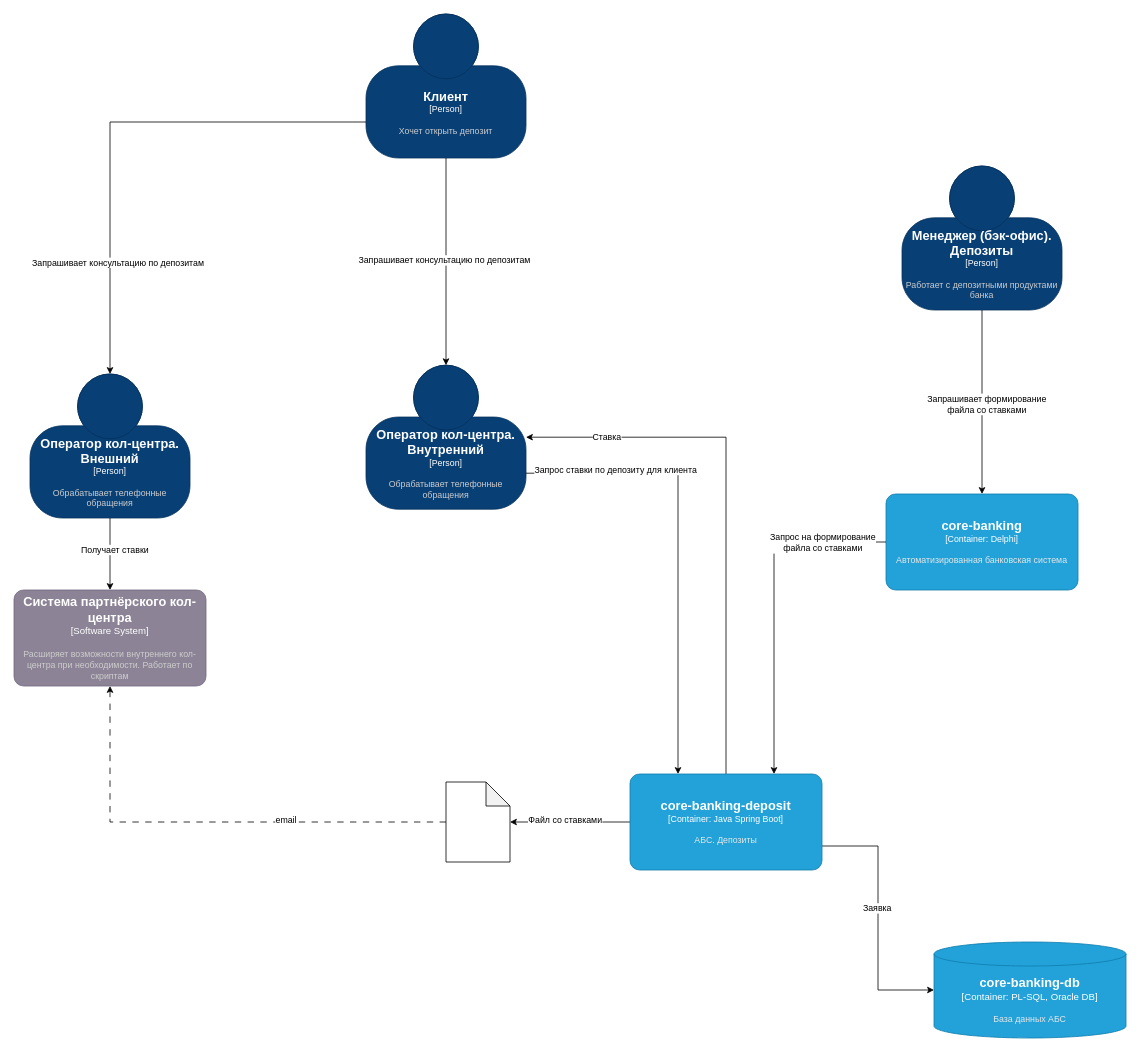
The draw.io diagram page "container" (2 of 2) of Task4/c4.drawio in OVsevo1od/architecture-standart, before the edit. Source tidied: cells renumbered, new cells numbered last; positions are measured from the earlier drawing's top-left corner, leaving out a move shared by most shapes. Both pictures are drawn from the tidied source at 80%, with x=0, y=0 at pixel (14, 14).
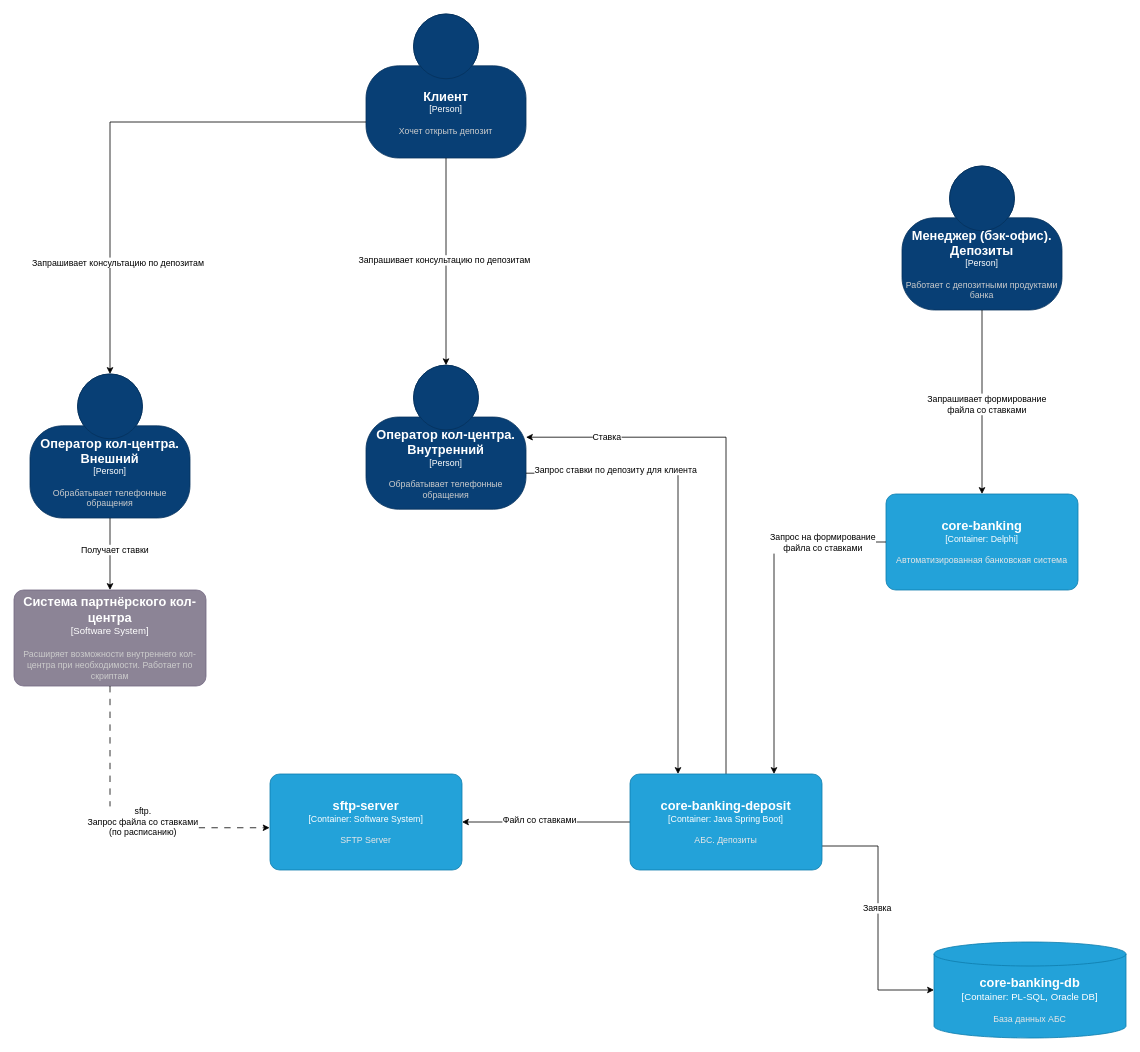
Above is the later version.

Commit message:
task4. add sftp to c4

The change refers to these unchanged cells:
```xml
<object id="15" label="&lt;font style=&quot;font-size: 16px&quot;&gt;&lt;b&gt;%c4Name%&lt;/b&gt;&lt;/font&gt;&lt;div&gt;[%c4Type%: %c4Technology%]&lt;/div&gt;&lt;br&gt;&lt;div&gt;&lt;font style=&quot;font-size: 11px&quot;&gt;&lt;font color=&quot;#E6E6E6&quot;&gt;%c4Description%&lt;/font&gt;&lt;/div&gt;" c4Description="АБС. Депозиты" c4Name="core-banking-deposit" c4Technology="Java Spring Boot" c4Type="Container" placeholders="1">
  <mxCell style="rounded=1;whiteSpace=wrap;html=1;fontSize=11;labelBackgroundColor=none;fillColor=#23A2D9;fontColor=#ffffff;align=center;arcSize=10;strokeColor=#0E7DAD;points=[[0.25,0,0],[0.5,0,0],[0.75,0,0],[1,0.25,0],[1,0.5,0],[1,0.75,0],[0.75,1,0],[0.5,1,0],[0.25,1,0],[0,0.75,0],[0,0.5,0],[0,0.25,0]];" parent="1" vertex="1">
    <mxGeometry x="770" y="950" width="240" height="120" as="geometry" />
  </mxCell>
</object>
<object id="28" label="&lt;font style=&quot;font-size: 16px&quot;&gt;&lt;b&gt;%c4Name%&lt;/b&gt;&lt;/font&gt;&lt;div&gt;[%c4Type%]&lt;/div&gt;&lt;br&gt;&lt;div&gt;&lt;font style=&quot;font-size: 11px&quot;&gt;&lt;font color=&quot;#cccccc&quot;&gt;%c4Description%&lt;/font&gt;&lt;/div&gt;" c4Description="Расширяет возможности внутреннего кол-центра при необходимости. Работает по скриптам" c4Name="Система партнёрского кол-центра" c4Type="Software System" placeholders="1">
  <mxCell style="rounded=1;whiteSpace=wrap;html=1;labelBackgroundColor=none;fillColor=#8C8496;fontColor=#ffffff;align=center;arcSize=10;strokeColor=#736782;points=[[0.25,0,0],[0.5,0,0],[0.75,0,0],[1,0.25,0],[1,0.5,0],[1,0.75,0],[0.75,1,0],[0.5,1,0],[0.25,1,0],[0,0.75,0],[0,0.5,0],[0,0.25,0]];" parent="1" vertex="1">
    <mxGeometry y="720" width="240" height="120" as="geometry" />
  </mxCell>
</object>
```

The edit, as a diff of the source:
```diff
@@
-    <mxCell id="13" style="edgeStyle=orthogonalEdgeStyle;rounded=0;jettySize=auto;html=1;exitX=0;exitY=0.5;exitDx=0;exitDy=0;exitPerimeter=0;" parent="1" edge="1" source="15" target="25">
+    <mxCell id="13" style="edgeStyle=orthogonalEdgeStyle;rounded=0;jettySize=auto;html=1;exitX=0;exitY=0.5;exitDx=0;exitDy=0;exitPerimeter=0;entryX=1;entryY=0.5;entryDx=0;entryDy=0;entryPerimeter=0;" parent="1" edge="1" source="15" target="31">
       <mxGeometry relative="1" as="geometry" />
     </mxCell>
@@
-    <mxCell id="25" style="shape=note;whiteSpace=wrap;html=1;backgroundOutline=1;darkOpacity=0.05;" parent="1" vertex="1">
-      <mxGeometry x="540" y="960" width="80" height="100" as="geometry" />
-    </mxCell>
-    <mxCell id="26" style="edgeStyle=orthogonalEdgeStyle;rounded=0;jettySize=auto;html=1;exitX=0;exitY=0.5;exitDx=0;exitDy=0;exitPerimeter=0;entryX=0.5;entryY=1;entryDx=0;entryDy=0;entryPerimeter=0;dashed=1;dashPattern=8 8;" parent="1" edge="1" source="25" target="28">
-      <mxGeometry relative="1" as="geometry" />
-    </mxCell>
-    <mxCell id="27" value="email" style="edgeLabel;html=1;align=center;verticalAlign=middle;" parent="26" vertex="1">
-      <mxGeometry x="-0.32" y="-3" relative="1" as="geometry" />
-    </mxCell>
@@
+    <object id="31" label="&lt;font style=&quot;font-size: 16px&quot;&gt;&lt;b&gt;%c4Name%&lt;/b&gt;&lt;/font&gt;&lt;div&gt;[%c4Type%: %c4Technology%]&lt;/div&gt;&lt;br&gt;&lt;div&gt;&lt;font style=&quot;font-size: 11px&quot;&gt;&lt;font color=&quot;#E6E6E6&quot;&gt;%c4Description%&lt;/font&gt;&lt;/div&gt;" c4Description="SFTP Server" c4Name="sftp-server" c4Technology="Software System" c4Type="Container" placeholders="1">
+      <mxCell style="rounded=1;whiteSpace=wrap;html=1;fontSize=11;labelBackgroundColor=none;fillColor=#23A2D9;fontColor=#ffffff;align=center;arcSize=10;strokeColor=#0E7DAD;points=[[0.25,0,0],[0.5,0,0],[0.75,0,0],[1,0.25,0],[1,0.5,0],[1,0.75,0],[0.75,1,0],[0.5,1,0],[0.25,1,0],[0,0.75,0],[0,0.5,0],[0,0.25,0]];" parent="1" vertex="1">
+        <mxGeometry x="320" y="950" width="240" height="120" as="geometry" />
+      </mxCell>
+    </object>
+    <mxCell id="32" style="edgeStyle=orthogonalEdgeStyle;rounded=0;jettySize=auto;html=1;entryX=-0.002;entryY=0.56;entryDx=0;entryDy=0;entryPerimeter=0;dashed=1;dashPattern=8 8;exitX=0.5;exitY=1;exitDx=0;exitDy=0;exitPerimeter=0;" parent="1" edge="1" source="28" target="31">
+      <mxGeometry relative="1" as="geometry" />
+    </mxCell>
+    <mxCell id="33" value="sftp.&lt;br&gt;Запрос файла со ставками&lt;br&gt;(по расписанию)" style="edgeLabel;html=1;align=center;verticalAlign=middle;" parent="32" vertex="1">
+      <mxGeometry x="-0.01" y="4" relative="1" as="geometry">
+        <mxPoint x="32" y="-4" as="offset" />
+      </mxGeometry>
+    </mxCell>
```
